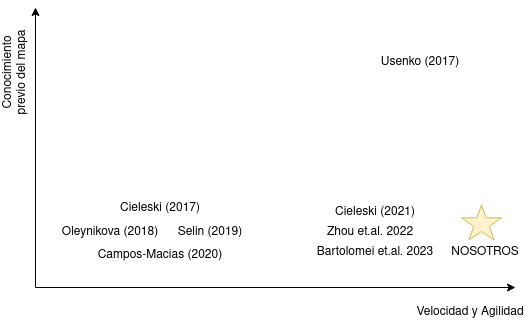
Before: presentacion4/Images/soa.png, a diagram exported from draw.io (luisballado/SI2). Source tidied: cells renumbered, new cells last; positions are measured from the earlier drawing's top-left corner, leaving out a move shared by most shapes.
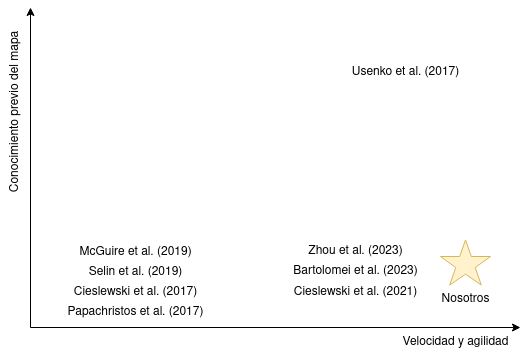
The same diagram one commit later.

Change to the diagram source:
```diff
@@ -2,53 +2,50 @@
   <root>
     <mxCell id="0" />
     <mxCell id="1" parent="0" />
-    <mxCell id="2" style="endArrow=classic;html=1;rounded=0;" parent="1" edge="1">
-      <mxGeometry relative="1" as="geometry">
-        <mxPoint x="70" y="280" as="sourcePoint" />
-        <mxPoint x="70" as="targetPoint" />
-      </mxGeometry>
-    </mxCell>
-    <mxCell id="3" style="endArrow=classic;html=1;rounded=0;" parent="1" edge="1">
-      <mxGeometry relative="1" as="geometry">
-        <mxPoint x="70" y="280" as="sourcePoint" />
-        <mxPoint x="550" y="280" as="targetPoint" />
-      </mxGeometry>
-    </mxCell>
-    <mxCell id="4" value="Cieleski (2017)" style="text;html=1;align=center;verticalAlign=middle;whiteSpace=wrap;rounded=0;strokeColor=none;glass=0;shadow=0;" parent="1" vertex="1">
-      <mxGeometry x="150" y="186" width="90" height="30" as="geometry" />
-    </mxCell>
-    <mxCell id="5" value="Selin (2019)" style="text;html=1;align=center;verticalAlign=middle;whiteSpace=wrap;rounded=0;strokeColor=none;glass=0;shadow=0;" parent="1" vertex="1">
-      <mxGeometry x="200" y="210" width="90" height="30" as="geometry" />
-    </mxCell>
-    <mxCell id="6" value="Campos-Macias (2020)" style="text;html=1;align=center;verticalAlign=middle;whiteSpace=wrap;rounded=0;strokeColor=none;glass=0;shadow=0;" parent="1" vertex="1">
-      <mxGeometry x="130" y="232.5" width="130" height="30" as="geometry" />
-    </mxCell>
-    <mxCell id="7" value="Oleynikova (2018)" style="text;html=1;align=center;verticalAlign=middle;whiteSpace=wrap;rounded=0;strokeColor=none;glass=0;shadow=0;" parent="1" vertex="1">
-      <mxGeometry x="90" y="210" width="110" height="30" as="geometry" />
-    </mxCell>
-    <mxCell id="8" value="Usenko (2017)" style="text;html=1;align=center;verticalAlign=middle;whiteSpace=wrap;rounded=0;strokeColor=none;glass=0;shadow=0;" parent="1" vertex="1">
-      <mxGeometry x="410" y="40" width="90" height="30" as="geometry" />
-    </mxCell>
-    <mxCell id="9" style="verticalLabelPosition=bottom;verticalAlign=top;html=1;shape=mxgraph.basic.star;fillColor=#fff2cc;strokeColor=#d6b656;" parent="1" vertex="1">
-      <mxGeometry x="496" y="197.5" width="40" height="35" as="geometry" />
-    </mxCell>
-    <mxCell id="10" value="&lt;div&gt;NOSOTROS&lt;/div&gt;" style="text;html=1;strokeColor=none;fillColor=none;align=center;verticalAlign=middle;whiteSpace=wrap;rounded=0;" parent="1" vertex="1">
-      <mxGeometry x="490" y="230" width="60" height="30" as="geometry" />
-    </mxCell>
-    <mxCell id="11" value="Zhou et.al. 2022" style="text;html=1;align=center;verticalAlign=middle;whiteSpace=wrap;rounded=0;strokeColor=none;glass=0;shadow=0;" parent="1" vertex="1">
-      <mxGeometry x="360" y="210" width="90" height="30" as="geometry" />
-    </mxCell>
-    <mxCell id="12" value="Bartolomei et.al. 2023" style="text;html=1;align=center;verticalAlign=middle;whiteSpace=wrap;rounded=0;strokeColor=none;glass=0;shadow=0;" parent="1" vertex="1">
-      <mxGeometry x="350" y="230" width="120" height="30" as="geometry" />
-    </mxCell>
-    <mxCell id="13" value="Velocidad y Agilidad" style="text;html=1;strokeColor=none;fillColor=none;align=center;verticalAlign=middle;whiteSpace=wrap;rounded=0;" parent="1" vertex="1">
-      <mxGeometry x="450" y="290" width="110" height="30" as="geometry" />
-    </mxCell>
+    <mxCell id="16" style="endArrow=classic;html=1;rounded=0;" parent="1" edge="1">
+      <mxGeometry relative="1" as="geometry">
+        <mxPoint x="110" y="280" as="sourcePoint" />
+        <mxPoint x="110" y="-40" as="targetPoint" />
+      </mxGeometry>
+    </mxCell>
+    <mxCell id="17" style="endArrow=classic;html=1;rounded=0;" parent="1" edge="1">
+      <mxGeometry relative="1" as="geometry">
+        <mxPoint x="110" y="280" as="sourcePoint" />
+        <mxPoint x="600" y="280" as="targetPoint" />
+      </mxGeometry>
+    </mxCell>
+    <mxCell id="18" value="Nosotros" style="verticalLabelPosition=bottom;verticalAlign=top;html=1;shape=mxgraph.basic.star;fillColor=#fff2cc;strokeColor=#d6b656;" parent="1" vertex="1">
+      <mxGeometry x="520" y="192.5" width="50" height="45" as="geometry" />
+    </mxCell>
+    <mxCell id="19" value="Usenko et al. (2017)" style="text;html=1;align=center;verticalAlign=middle;strokeColor=none;fillColor=none;" parent="1" vertex="1">
+      <mxGeometry x="420" y="10" width="130" height="30" as="geometry" />
+    </mxCell>
+    <mxCell id="20" value="Cieslewski et al. (2017)" style="text;html=1;align=center;verticalAlign=middle;strokeColor=none;fillColor=none;" parent="1" vertex="1">
+      <mxGeometry x="140" y="230" width="150" height="30" as="geometry" />
+    </mxCell>
+    <mxCell id="21" value="Cieslewski et al. (2021)" style="text;html=1;align=center;verticalAlign=middle;strokeColor=none;fillColor=none;" parent="1" vertex="1">
+      <mxGeometry x="360" y="230" width="150" height="30" as="geometry" />
+    </mxCell>
+    <mxCell id="22" value="Bartolomei et al. (2023)" style="text;html=1;align=center;verticalAlign=middle;strokeColor=none;fillColor=none;" parent="1" vertex="1">
+      <mxGeometry x="360" y="208.5" width="150" height="30" as="geometry" />
+    </mxCell>
+    <mxCell id="23" value="Zhou et al. (2023)" style="text;html=1;align=center;verticalAlign=middle;strokeColor=none;fillColor=none;" parent="1" vertex="1">
+      <mxGeometry x="375" y="189" width="120" height="30" as="geometry" />
+    </mxCell>
+    <mxCell id="24" value="Selin et al. (2019)" style="text;html=1;align=center;verticalAlign=middle;strokeColor=none;fillColor=none;" parent="1" vertex="1">
+      <mxGeometry x="155" y="209.5" width="120" height="30" as="geometry" />
+    </mxCell>
+    <mxCell id="25" value="McGuire et al. (2019)" style="text;html=1;align=center;verticalAlign=middle;strokeColor=none;fillColor=none;" parent="1" vertex="1">
+      <mxGeometry x="145" y="189.5" width="140" height="30" as="geometry" />
+    </mxCell>
-    <mxCell id="14" value="Conocimiento previo del mapa" style="text;html=1;strokeColor=none;fillColor=none;align=center;verticalAlign=middle;whiteSpace=wrap;rounded=0;rotation=-90;" parent="1" vertex="1">
-      <mxGeometry y="50" width="100" height="30" as="geometry" />
+    <mxCell id="14" value="Conocimiento previo del mapa" style="text;html=1;align=center;verticalAlign=middle;strokeColor=none;fillColor=none;rotation=-90;" parent="1" vertex="1">
+      <mxGeometry y="50" width="190" height="30" as="geometry" />
     </mxCell>
-    <mxCell id="15" value="Cieleski (2021)" style="text;html=1;align=center;verticalAlign=middle;whiteSpace=wrap;rounded=0;strokeColor=none;glass=0;shadow=0;" parent="1" vertex="1">
-      <mxGeometry x="365" y="190" width="90" height="30" as="geometry" />
-    </mxCell>
+    <mxCell id="26" value="Velocidad y agilidad" style="text;html=1;align=center;verticalAlign=middle;strokeColor=none;fillColor=none;" parent="1" vertex="1">
+      <mxGeometry x="470" y="280" width="130" height="30" as="geometry" />
+    </mxCell>
+    <mxCell id="27" value="Papachristos et al. (2017)" style="text;html=1;align=center;verticalAlign=middle;strokeColor=none;fillColor=none;" parent="1" vertex="1">
+      <mxGeometry x="135" y="250" width="160" height="30" as="geometry" />
+    </mxCell>
   </root>
 </mxGraphModel>
```
